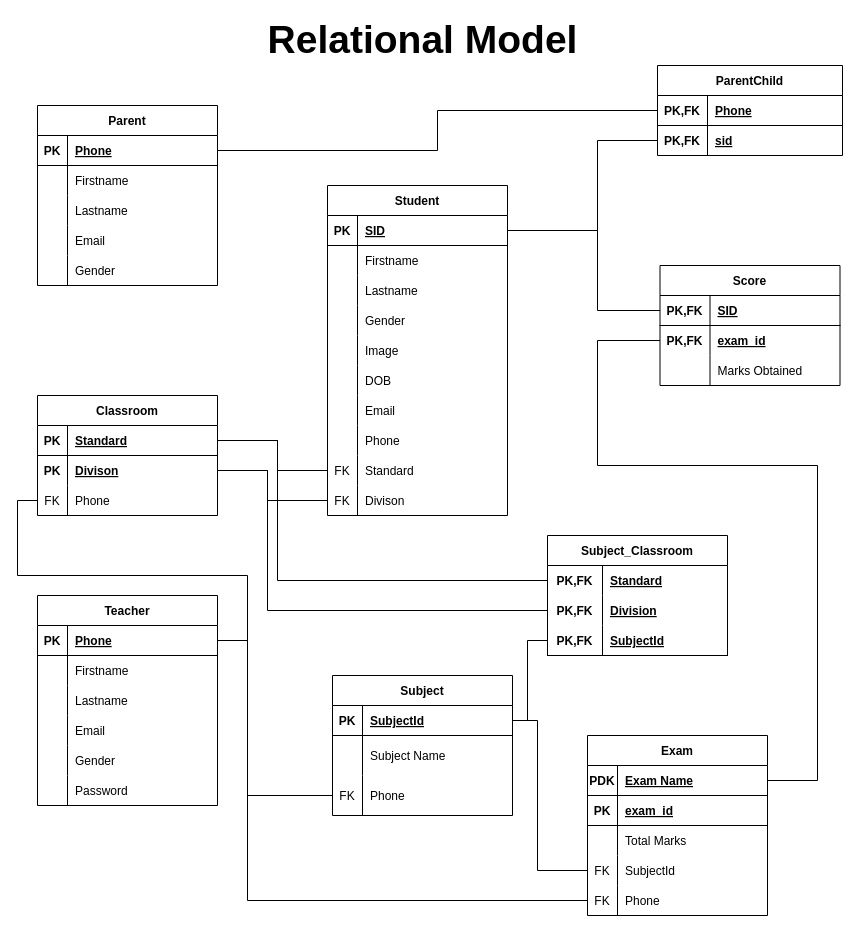
The draw.io diagram Database/School App Relational Model.drawio.xml in parmar-mohit/School-App, before the edit. Source tidied: cells renumbered, new cells numbered last; positions are measured from the earlier drawing's top-left corner, leaving out a move shared by most shapes. Both pictures are drawn from the tidied source at 100%, with x=0, y=0 at pixel (17, 25).
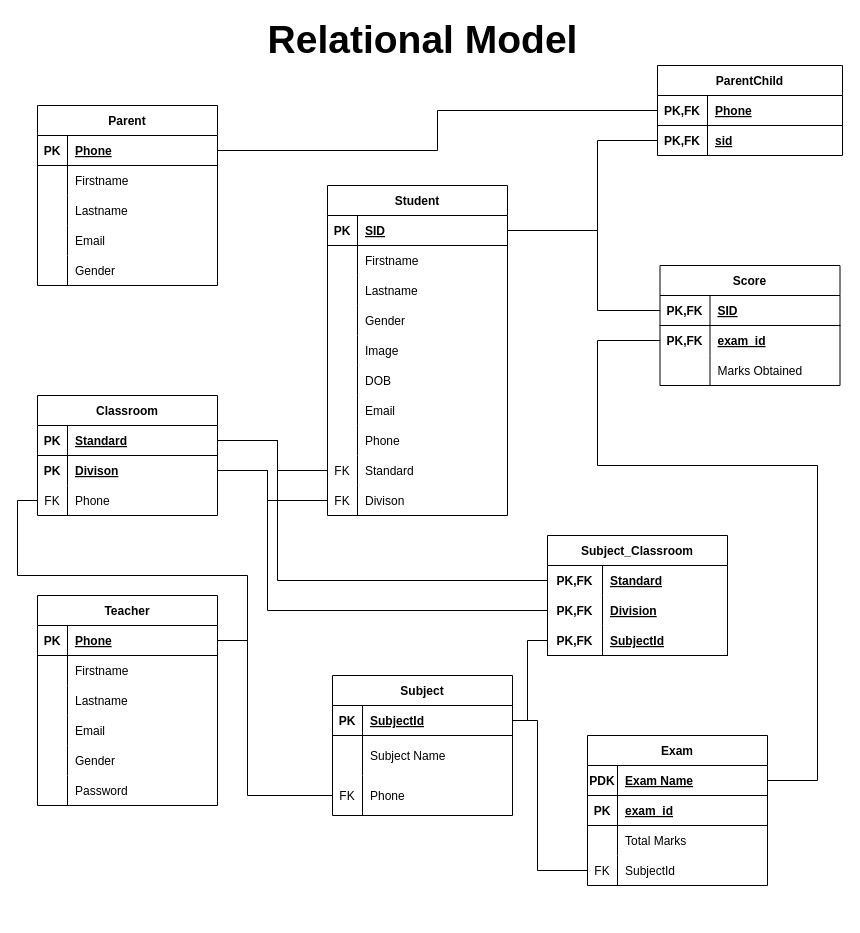
After the change.

The change refers to these unchanged cells:
```xml
<mxCell id="113" style="shape=tableRow;horizontal=0;startSize=0;swimlaneHead=0;swimlaneBody=0;fillColor=none;points=[[0,0.5],[1,0.5]];portConstraint=eastwest;top=0;left=0;right=0;bottom=1;" parent="112" vertex="1">
  <mxGeometry y="30" width="180" height="30" as="geometry" />
</mxCell>
```

Diff of the diagram source:
```diff
@@
     <mxCell id="86" value="Exam" style="shape=table;startSize=30;childLayout=tableLayout;rowLines=0;fontStyle=1;align=center;" parent="1" vertex="1">
-      <mxGeometry x="570" y="710" width="180" height="180" as="geometry" />
+      <mxGeometry x="570" y="710" width="180" height="150" as="geometry" />
     </mxCell>
@@
-    <mxCell id="99" style="shape=tableRow;horizontal=0;startSize=0;swimlaneHead=0;swimlaneBody=0;fillColor=none;points=[[0,0.5],[1,0.5]];portConstraint=eastwest;top=0;left=0;right=0;bottom=0;" parent="86" vertex="1">
-      <mxGeometry y="150" width="180" height="30" as="geometry" />
-    </mxCell>
-    <mxCell id="100" value="FK" style="shape=partialRectangle;fillColor=none;top=0;left=0;bottom=0;right=0;overflow=hidden;" parent="99" vertex="1">
-      <mxGeometry width="30" height="30" as="geometry" />
-    </mxCell>
-    <mxCell id="101" value="Phone" style="shape=partialRectangle;fillColor=none;top=0;left=0;bottom=0;right=0;align=left;spacingLeft=6;overflow=hidden;" parent="99" vertex="1">
-      <mxGeometry x="30" width="150" height="30" as="geometry" />
-    </mxCell>
@@
-    <mxCell id="142" style="endArrow=none;html=1;rounded=0;exitX=1;exitY=0.5;exitDx=0;exitDy=0;entryX=0;entryY=0.5;entryDx=0;entryDy=0;" parent="1" edge="1" source="113" target="99">
-      <mxGeometry relative="1" as="geometry">
-        <Array as="points">
-          <mxPoint x="230" y="615" />
-          <mxPoint x="230" y="875" />
-        </Array>
-      </mxGeometry>
-    </mxCell>
```
